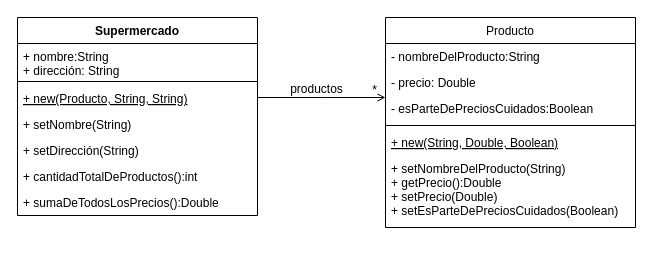
This is Unq-po2-tp4-ejercicio1.drawio from nhubczyk/unqui-po2-hubczyk, a draw.io file, before an edit. Source tidied: cells renumbered, new cells numbered last; positions are measured from the earlier drawing's top-left corner, leaving out a move shared by most shapes. Both pictures are drawn from the tidied source at 100%, with x=0, y=0 at pixel (17, 17).
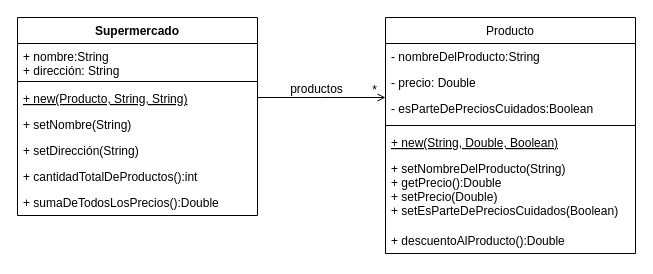
The same page after the edit.

Diff of the diagram source:
```diff
@@
     <mxCell id="2" value="Producto" style="swimlane;fontStyle=0;align=center;verticalAlign=top;horizontal=1;startSize=26;rounded=0;shadow=0;strokeWidth=1;" parent="1" vertex="1">
-      <mxGeometry x="368" width="250" height="210" as="geometry" />
+      <mxGeometry x="368" width="250" height="236" as="geometry" />
     </mxCell>
@@
+    <mxCell id="20" value="+ descuentoAlProducto():Double" style="text;align=left;verticalAlign=top;spacingLeft=4;spacingRight=4;overflow=hidden;fontStyle=0;" parent="2" vertex="1">
+      <mxGeometry y="210" width="250" height="26" as="geometry" />
+    </mxCell>
```
